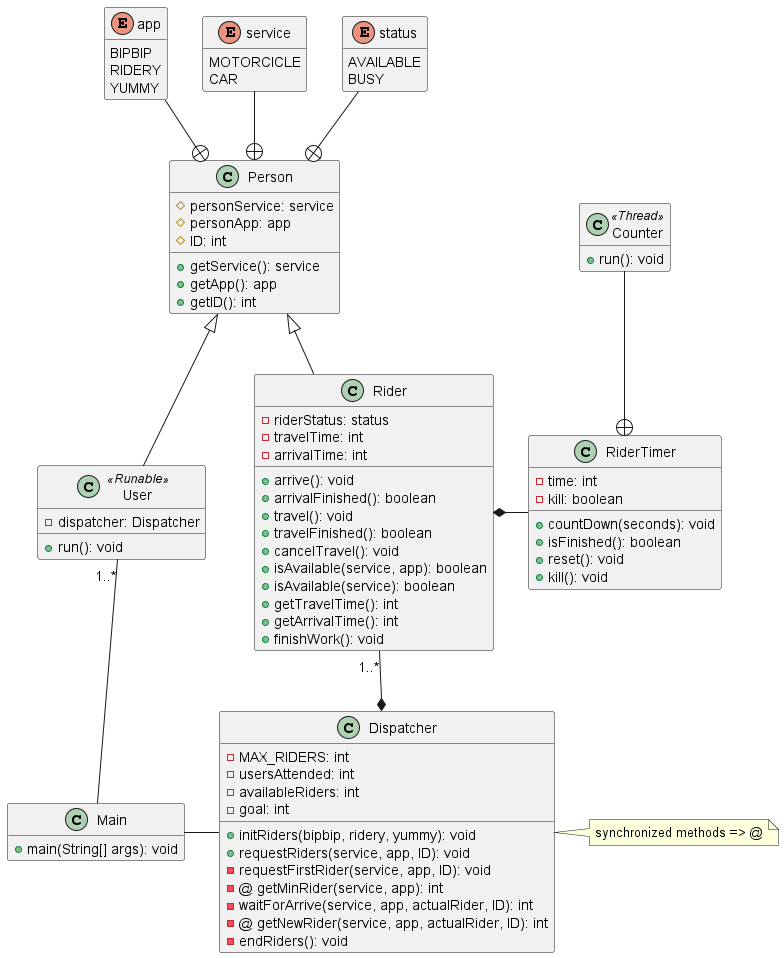
This is out/docs/ClassDiagram/Riders_attack.png from MiguelCiav/Riders_attack, a PlantUML export, as it was before one commit.
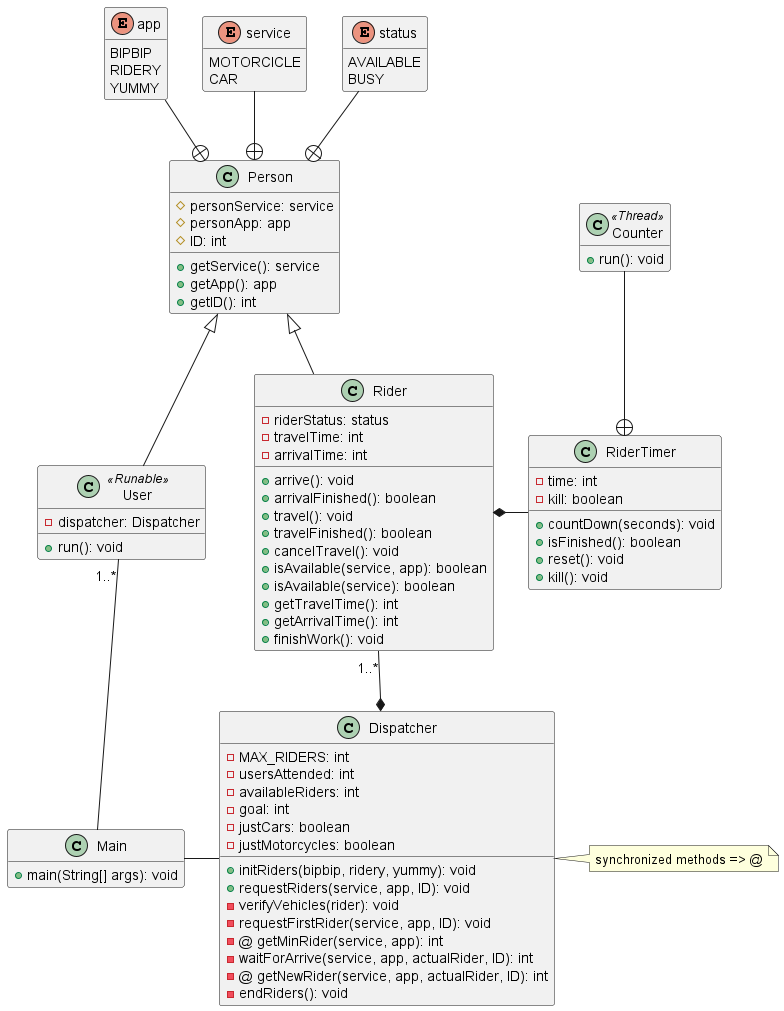
The same diagram one commit later.

Commit message:
Updated class diagram

The edit, as a diff of the source:
```diff
@@ -65,8 +65,11 @@
     -usersAttended: int
     -availableRiders: int
     -goal: int
+    -justCars: boolean
+    -justMotorcycles: boolean
     +initRiders(bipbip, ridery, yummy): void
     +requestRiders(service, app, ID): void
+    -verifyVehicles(rider): void
     -requestFirstRider(service, app, ID): void
     -@ getMinRider(service, app): int
     -waitForArrive(service, app, actualRider, ID): int
```
